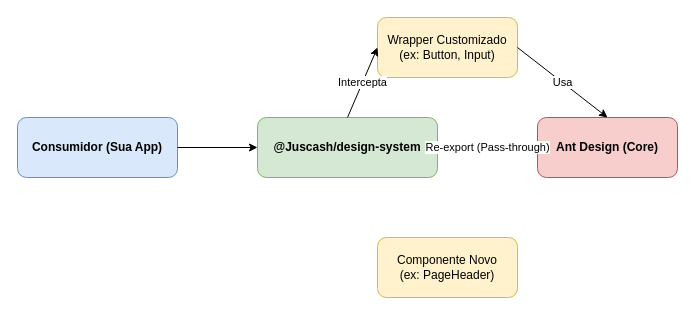
Above: documentacao/confluence/diagrama-arquitetura.drawio in Juscash/design-system (draw.io), before the change. Source tidied: cells renumbered, new cells numbered last; positions are measured from the earlier drawing's top-left corner, leaving out a move shared by most shapes. Both pictures are drawn from the tidied source at 100%, with x=0, y=0 at pixel (17, 17).
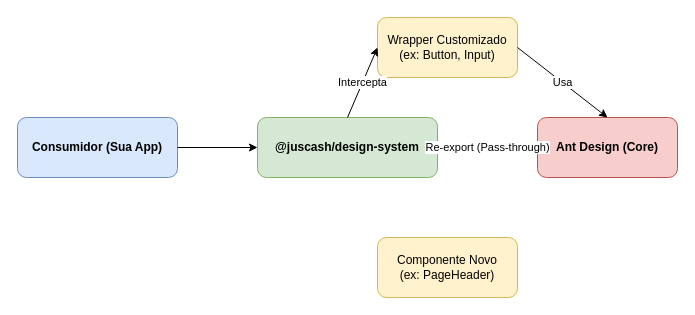
The same diagram, later.

What changed in the source:
```diff
@@
 <mxGraphModel>
   <root>
     <mxCell id="0" />
     <mxCell id="1" parent="0" />
     <mxCell id="2" value="Consumidor (Sua App)" style="rounded=1;whiteSpace=wrap;html=1;fillColor=#dae8fc;strokeColor=#6c8ebf;fontStyle=1;" parent="1" vertex="1">
       <mxGeometry y="100" width="160" height="60" as="geometry" />
     </mxCell>
-    <mxCell id="3" value="@Juscash/design-system" style="rounded=1;whiteSpace=wrap;html=1;fillColor=#d5e8d4;strokeColor=#82b366;fontStyle=1;" parent="1" vertex="1">
+    <mxCell id="3" value="@juscash/design-system" style="rounded=1;whiteSpace=wrap;html=1;fillColor=#d5e8d4;strokeColor=#82b366;fontStyle=1;" parent="1" vertex="1">
       <mxGeometry x="240" y="100" width="180" height="60" as="geometry" />
     </mxCell>
     <mxCell id="4" value="Ant Design (Core)" style="rounded=1;whiteSpace=wrap;html=1;fillColor=#f8cecc;strokeColor=#b85450;fontStyle=1;" parent="1" vertex="1">
       <mxGeometry x="520" y="100" width="140" height="60" as="geometry" />
     </mxCell>
     <mxCell id="5" value="Wrapper Customizado&#10;(ex: Button, Input)" style="rounded=1;whiteSpace=wrap;html=1;fillColor=#fff2cc;strokeColor=#d6b656;" parent="1" vertex="1">
       <mxGeometry x="360" width="140" height="60" as="geometry" />
     </mxCell>
     <mxCell id="6" value="Componente Novo&#10;(ex: PageHeader)" style="rounded=1;whiteSpace=wrap;html=1;fillColor=#fff2cc;strokeColor=#d6b656;" parent="1" vertex="1">
       <mxGeometry x="360" y="220" width="140" height="60" as="geometry" />
     </mxCell>
     <mxCell id="7" style="endArrow=classic;html=1;exitX=1;exitY=0.5;exitDx=0;exitDy=0;entryX=0;entryY=0.5;entryDx=0;entryDy=0;" parent="1" edge="1" source="2" target="3">
       <mxGeometry relative="1" as="geometry" />
     </mxCell>
     <mxCell id="8" value="Re-export (Pass-through)" style="endArrow=classic;html=1;exitX=1;exitY=0.5;exitDx=0;exitDy=0;entryX=0;entryY=0.5;entryDx=0;entryDy=0;" parent="1" edge="1" source="3" target="4">
       <mxGeometry relative="1" as="geometry" />
     </mxCell>
     <mxCell id="9" value="Intercepta" style="endArrow=classic;html=1;entryX=0;entryY=0.5;entryDx=0;entryDy=0;exitX=0.5;exitY=0;exitDx=0;exitDy=0;" parent="1" edge="1" source="3" target="5">
       <mxGeometry relative="1" as="geometry" />
     </mxCell>
     <mxCell id="10" value="Usa" style="endArrow=classic;html=1;exitX=1;exitY=0.5;exitDx=0;exitDy=0;entryX=0.5;entryY=0;entryDx=0;entryDy=0;" parent="1" edge="1" source="5" target="4">
       <mxGeometry relative="1" as="geometry" />
     </mxCell>
   </root>
 </mxGraphModel>
```
